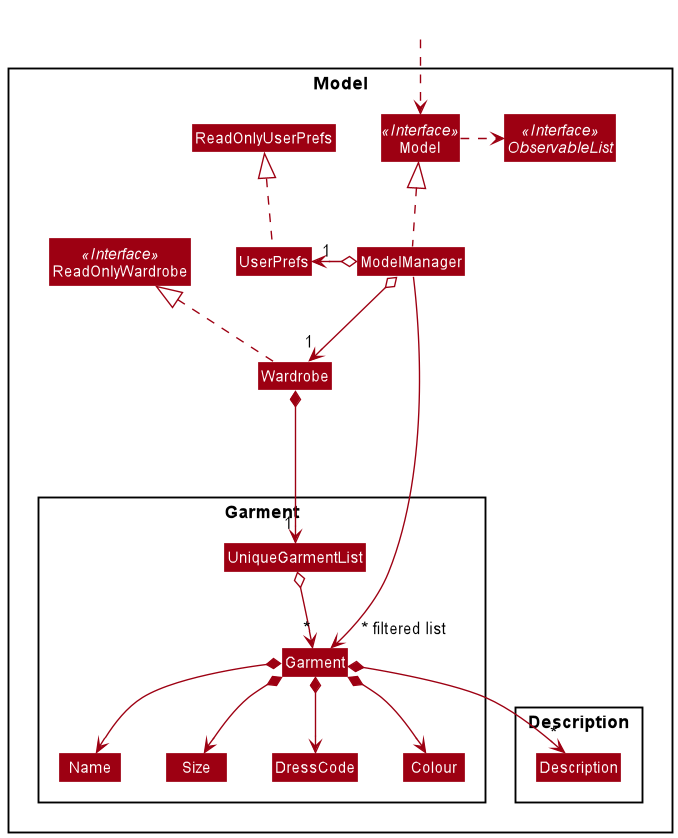
This is docs/images/ModelClassDiagram.png from nus-cs2103-AY2021S2/tp, a PlantUML export, as it was before one commit. The source it was exported from:
```plantuml
@startuml
!include style.puml
skinparam arrowThickness 1.1
skinparam arrowColor MODEL_COLOR
skinparam classBackgroundColor MODEL_COLOR

Package Model <<Rectangle>>{
Interface ReadOnlyWardrobe <<Interface>>
Interface Model <<Interface>>
Interface ObservableList <<Interface>>
Class Wardrobe
Class ReadOnlyWardrobe
Class Model
Class ModelManager
Class UserPrefs
Class ReadOnlyUserPrefs

Package Garment {
Class Garment
Class DressCode
Class Colour
Class Name
Class Size
Class UniqueGarmentList
}

Package Description {
Class Description
}
}

Class HiddenOutside #FFFFFF
HiddenOutside ..> Model

Wardrobe .up.|> ReadOnlyWardrobe

ModelManager .up.|> Model
Model .right.> ObservableList
ModelManager o--> "1" Wardrobe
ModelManager o-left-> "1" UserPrefs
UserPrefs .up.|> ReadOnlyUserPrefs

Wardrobe *--> "1" UniqueGarmentList
UniqueGarmentList o--> "*" Garment
Garment *--> Name
Garment *--> Size
Garment *--> Colour
Garment *--> DressCode
Garment *--> "*" Description

Name -[hidden]right-> Size
Size -[hidden]right-> DressCode
DressCode -[hidden]right-> Colour

ModelManager ----->" ~* filtered list" Garment
@enduml
```
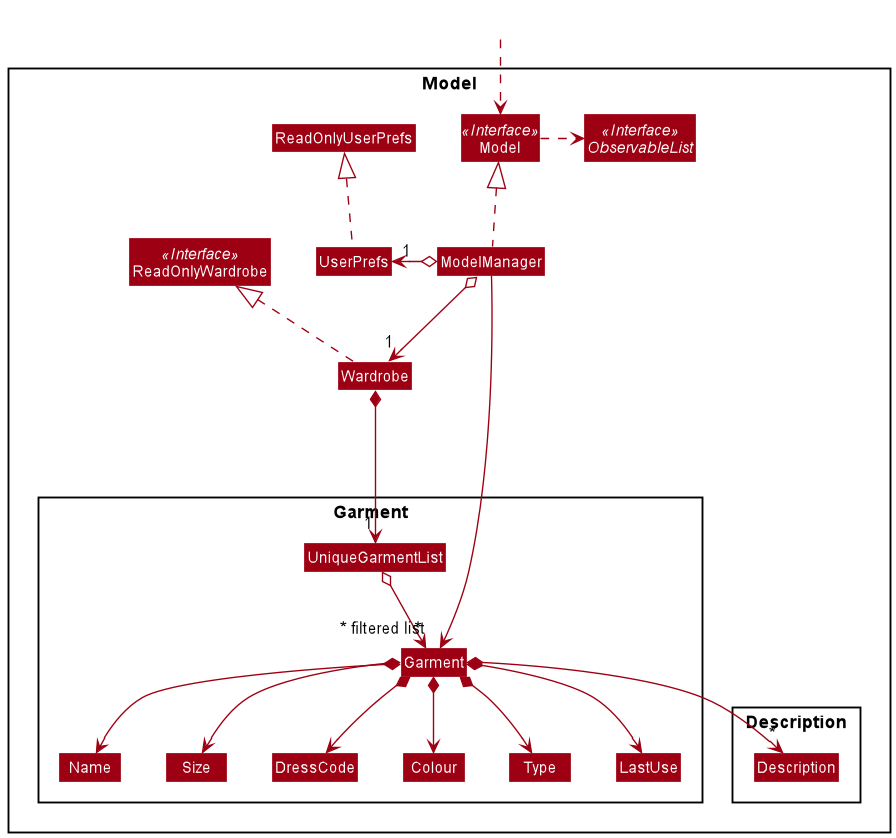
After the commit.

Change to the diagram source:
```diff
@@ -21,6 +21,8 @@
 Class Colour
 Class Name
 Class Size
+Class Type
+Class LastUse
 Class UniqueGarmentList
 }
 
@@ -46,6 +48,8 @@
 Garment *--> Size
 Garment *--> Colour
 Garment *--> DressCode
+Garment *--> Type
+Garment *--> LastUse
 Garment *--> "*" Description
 
 Name -[hidden]right-> Size
```
